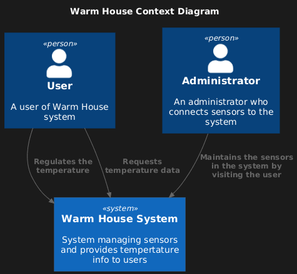
kuznechek/architecture-pro-warmhouse keeps this PlantUML diagram as schemas/context/context.png. Above is the earlier version. The source it was exported from:
```plantuml
@startuml
title Warm House Context Diagram

top to bottom direction

!includeurl https://raw.githubusercontent.com/RicardoNiepel/C4-PlantUML/master/C4_Component.puml

Person(user, "User", "A user of Warm House system")
Person(admin, "Administrator", "An administrator who connects sensors to the system")

System(WarmHouseSystem, "Warm House System", "System managing sensors and provides tempertature info to users")

Rel(user, WarmHouseSystem, "Regulates the temperature")
Rel(user, WarmHouseSystem, "Requests temperature data")
Rel(admin, WarmHouseSystem,"Maintains the sensors in the system by visiting the user")
@enduml
```
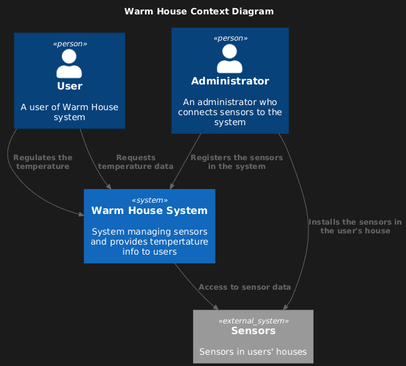
After the commit.

Change to the diagram source:
```diff
@@ -9,8 +9,11 @@
 Person(admin, "Administrator", "An administrator who connects sensors to the system")
 
 System(WarmHouseSystem, "Warm House System", "System managing sensors and provides tempertature info to users")
+System_Ext(sensors, "Sensors", "Sensors in users' houses")
 
 Rel(user, WarmHouseSystem, "Regulates the temperature")
 Rel(user, WarmHouseSystem, "Requests temperature data")
-Rel(admin, WarmHouseSystem,"Maintains the sensors in the system by visiting the user")
+Rel(admin, WarmHouseSystem,"Registers the sensors in the system")
+Rel(admin, sensors,"Installs the sensors in the user's house")
+Rel(WarmHouseSystem, sensors,"Access to sensor data")
 @enduml
```
